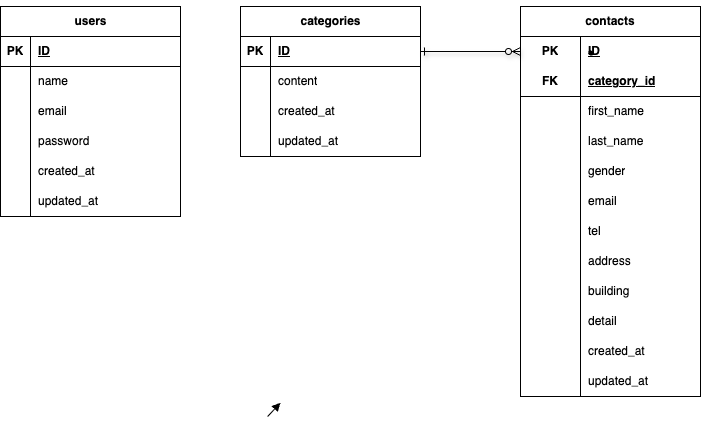
Above: ERD.png in satomayuko/contact-form4 (draw.io), before the change. Source tidied: cells renumbered, new cells last; positions are measured from the earlier drawing's top-left corner, leaving out a move shared by most shapes.
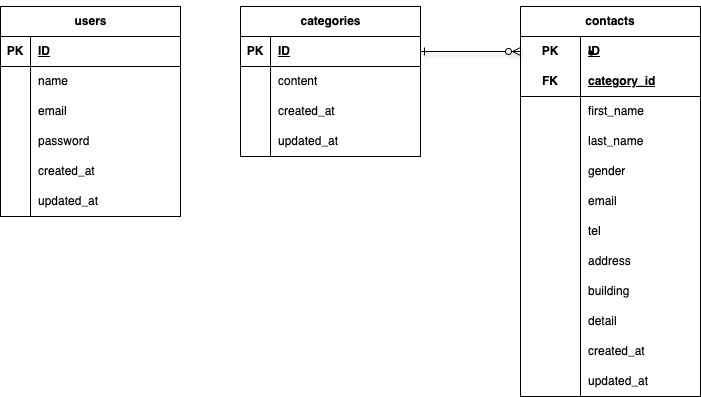
After the commit.

Change to the diagram source:
```diff
@@ -2,12 +2,6 @@
   <root>
     <mxCell id="0" />
     <mxCell id="1" parent="0" />
-    <mxCell id="2" style="endArrow=block;endFill=1;" parent="1" edge="1">
-      <mxGeometry relative="1" as="geometry">
-        <mxPoint x="267.1" y="410" as="sourcePoint" />
-        <mxPoint x="280" y="396.2" as="targetPoint" />
-      </mxGeometry>
-    </mxCell>
     <mxCell id="3" value="users" style="shape=table;startSize=30;rowLines=0;fontStyle=1;align=center;html=1;" parent="1" vertex="1">
       <mxGeometry width="180" height="210" as="geometry" />
     </mxCell>
```
